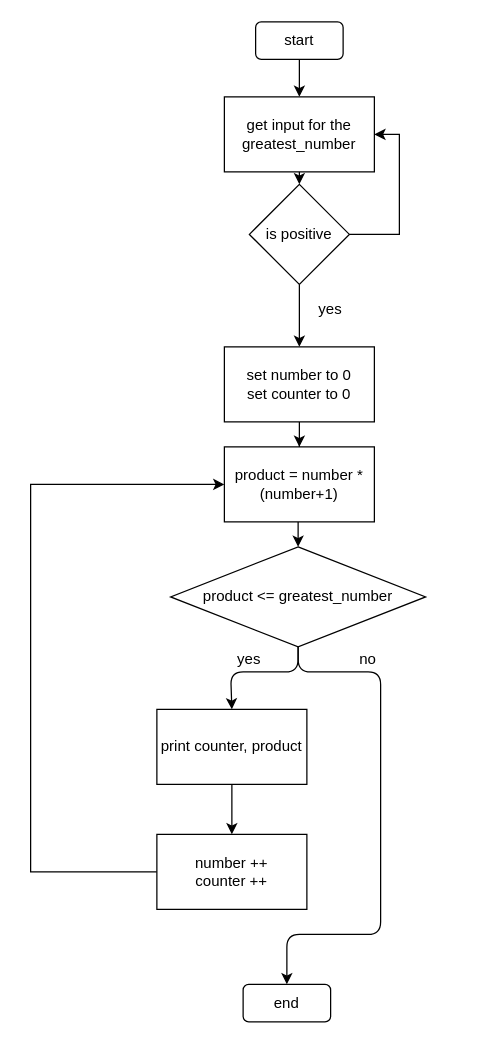
Earlier version of the draw.io diagram task3_flowchart.drawio (nstar95/logic-project-). Source tidied: cells renumbered, new cells numbered last; positions are measured from the earlier drawing's top-left corner, leaving out a move shared by most shapes. Both pictures are drawn from the tidied source at 125%, with x=0, y=0 at pixel (30, 21).
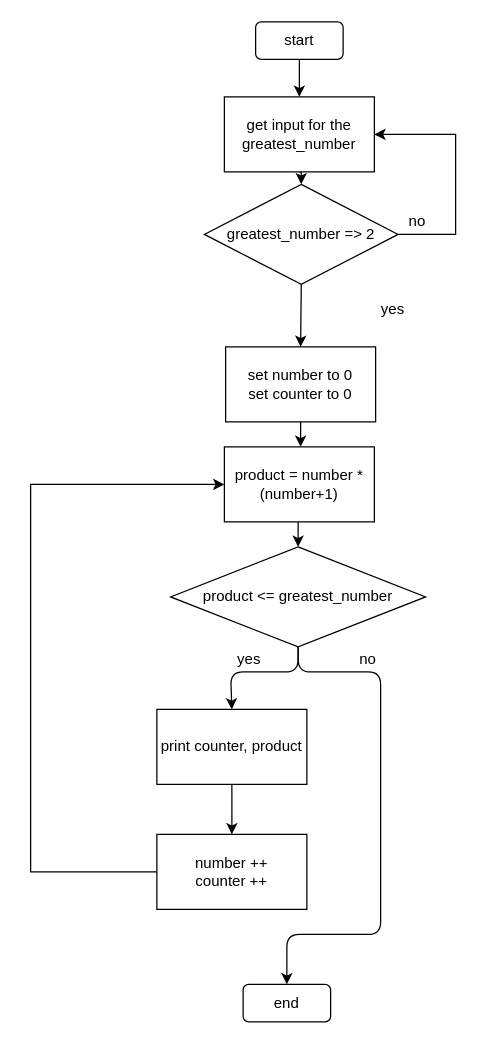
After the change.

Unchanged cells that the change refers to:
```xml
<mxCell id="6" value="get input for the greatest_number" style="rounded=0;whiteSpace=wrap;html=1;" parent="1" vertex="1">
  <mxGeometry x="155" y="60" width="120" height="60" as="geometry" />
</mxCell>
<mxCell id="8" value="product = number * (number+1)" style="rounded=0;whiteSpace=wrap;html=1;" parent="1" vertex="1">
  <mxGeometry x="155" y="340" width="120" height="60" as="geometry" />
</mxCell>
```

Change to the diagram source:
```diff
@@
-    <mxCell id="9" style="edgeStyle=orthogonalEdgeStyle;rounded=0;jettySize=auto;html=1;entryX=0.5;entryY=0;entryDx=0;entryDy=0;" parent="1" edge="1" source="10" target="8">
-      <mxGeometry relative="1" as="geometry" />
-    </mxCell>
     <mxCell id="10" value="set number to 0&lt;br&gt;set counter to 0" style="rounded=0;whiteSpace=wrap;html=1;" parent="1" vertex="1">
-      <mxGeometry x="155" y="260" width="120" height="60" as="geometry" />
+      <mxGeometry x="156" y="260" width="120" height="60" as="geometry" />
     </mxCell>
@@
-    <mxCell id="14" style="edgeStyle=orthogonalEdgeStyle;rounded=0;jettySize=auto;html=1;entryX=0.5;entryY=0;entryDx=0;entryDy=0;" parent="1" edge="1" source="16" target="10">
-      <mxGeometry relative="1" as="geometry" />
-    </mxCell>
     <mxCell id="15" style="edgeStyle=orthogonalEdgeStyle;rounded=0;jettySize=auto;html=1;entryX=1;entryY=0.5;entryDx=0;entryDy=0;" parent="1" edge="1" source="16" target="6">
       <mxGeometry relative="1" as="geometry">
         <Array as="points">
-          <mxPoint x="295" y="170" />
-          <mxPoint x="295" y="90" />
+          <mxPoint x="340" y="170" />
+          <mxPoint x="340" y="90" />
         </Array>
       </mxGeometry>
     </mxCell>
-    <mxCell id="16" value="is positive" style="rhombus;whiteSpace=wrap;html=1;" parent="1" vertex="1">
-      <mxGeometry x="175" y="130" width="80" height="80" as="geometry" />
+    <mxCell id="16" value="greatest_number&amp;nbsp;=&amp;gt; 2" style="rhombus;whiteSpace=wrap;html=1;" parent="1" vertex="1">
+      <mxGeometry x="139" y="130" width="155" height="80" as="geometry" />
     </mxCell>
@@
     <mxCell id="21" value="yes" style="text;html=1;strokeColor=none;fillColor=none;align=center;verticalAlign=middle;whiteSpace=wrap;rounded=0;" parent="1" vertex="1">
-      <mxGeometry x="220" y="220" width="40" height="20" as="geometry" />
+      <mxGeometry x="270" y="220" width="40" height="20" as="geometry" />
     </mxCell>
@@
+    <mxCell id="14" style="endArrow=classic;html=1;exitX=0.5;exitY=1;exitDx=0;exitDy=0;entryX=0.5;entryY=0;entryDx=0;entryDy=0;" parent="1" edge="1" source="16" target="10">
+      <mxGeometry relative="1" as="geometry" />
+    </mxCell>
+    <mxCell id="24" style="endArrow=classic;html=1;exitX=0.533;exitY=1;exitDx=0;exitDy=0;exitPerimeter=0;" parent="1" edge="1">
+      <mxGeometry relative="1" as="geometry">
+        <mxPoint x="216" y="320" as="sourcePoint" />
+        <mxPoint x="216" y="340" as="targetPoint" />
+      </mxGeometry>
+    </mxCell>
+    <mxCell id="25" value="no" style="text;html=1;align=center;verticalAlign=middle;" parent="1" vertex="1">
+      <mxGeometry x="294" y="150" width="30" height="20" as="geometry" />
+    </mxCell>
```
